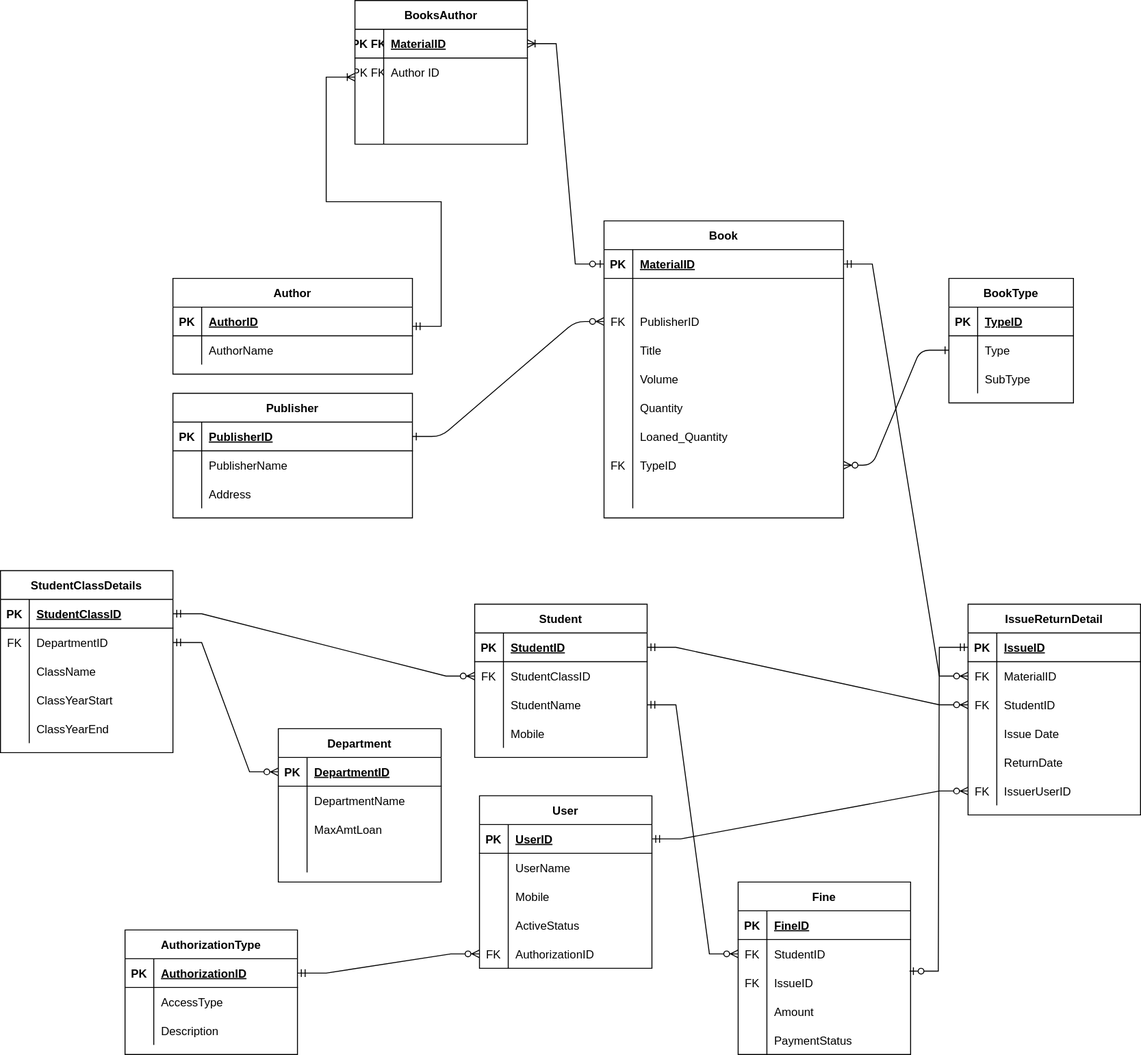
This is PostgreSQL/Library Management System.drawio.svg from Shubham0197/Training, a draw.io export, as it was before one commit. Source tidied: cells renumbered, new cells last; positions are measured from the earlier drawing's top-left corner, leaving out a move shared by most shapes.
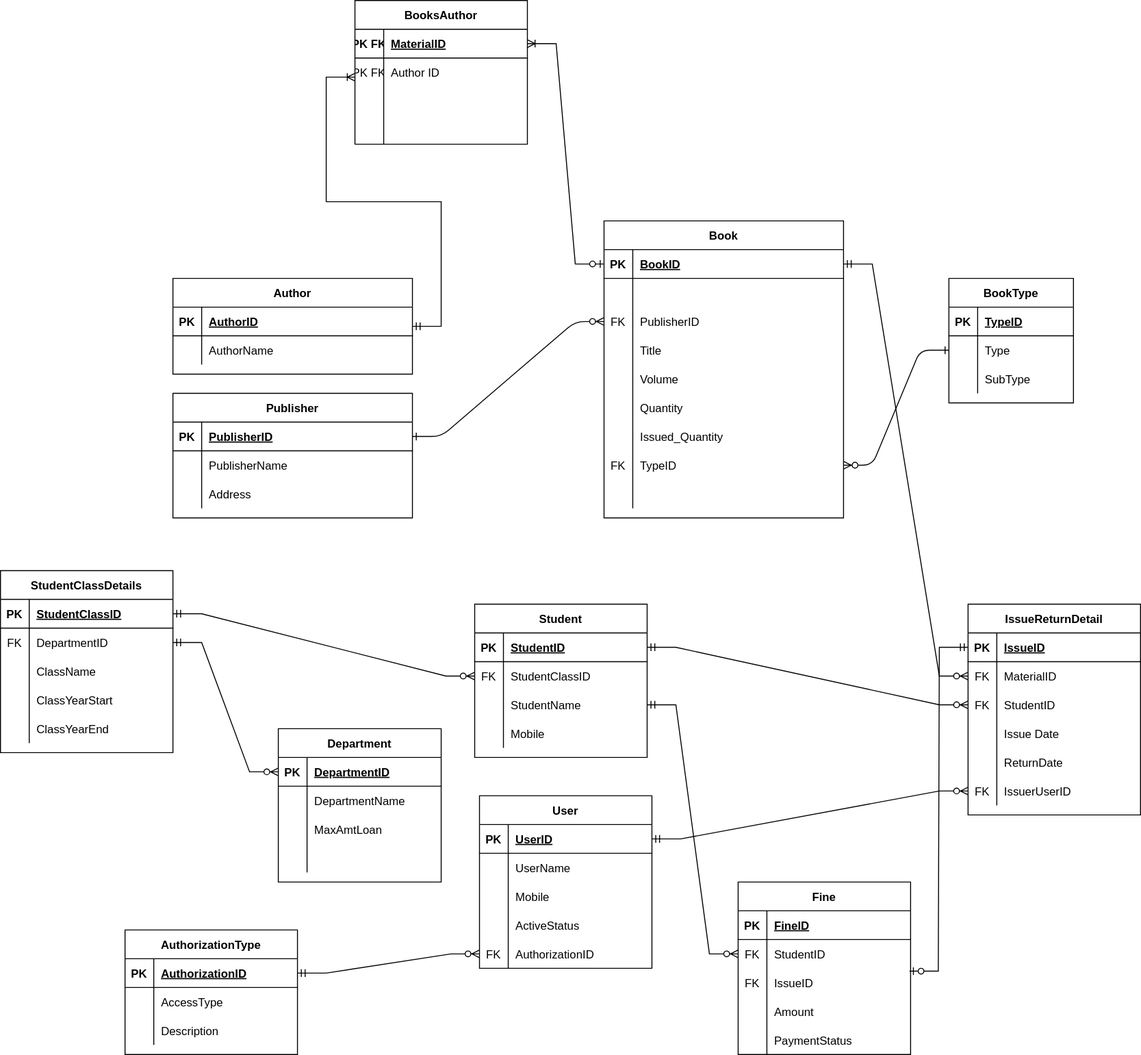
Later version of the same file.

Diff of the diagram source:
```diff
@@ -17,7 +17,7 @@
     <mxCell id="6" value="PK" style="shape=partialRectangle;overflow=hidden;fillColor=none;top=0;left=0;bottom=0;right=0;fontStyle=1;" parent="5" vertex="1">
       <mxGeometry width="30" height="30" as="geometry" />
     </mxCell>
-    <mxCell id="7" value="MaterialID" style="shape=partialRectangle;overflow=hidden;fillColor=none;top=0;left=0;bottom=0;right=0;align=left;spacingLeft=6;fontStyle=5;" parent="5" vertex="1">
+    <mxCell id="7" value="BookID" style="shape=partialRectangle;overflow=hidden;fillColor=none;top=0;left=0;bottom=0;right=0;align=left;spacingLeft=6;fontStyle=5;" parent="5" vertex="1">
       <mxGeometry x="30" width="220" height="30" as="geometry" />
     </mxCell>
     <mxCell id="8" style="shape=partialRectangle;fillColor=none;top=0;left=0;right=0;bottom=0;" parent="4" vertex="1">
@@ -71,7 +71,7 @@
     <mxCell id="24" style="shape=partialRectangle;overflow=hidden;fillColor=none;top=0;left=0;bottom=0;right=0;" parent="23" vertex="1">
       <mxGeometry width="30" height="30" as="geometry" />
     </mxCell>
-    <mxCell id="25" value="Loaned_Quantity" style="shape=partialRectangle;overflow=hidden;fillColor=none;top=0;left=0;bottom=0;right=0;align=left;spacingLeft=6;verticalAlign=middle;" parent="23" vertex="1">
+    <mxCell id="25" value="Issued_Quantity" style="shape=partialRectangle;overflow=hidden;fillColor=none;top=0;left=0;bottom=0;right=0;align=left;spacingLeft=6;verticalAlign=middle;" parent="23" vertex="1">
       <mxGeometry x="30" width="220" height="30" as="geometry" />
     </mxCell>
     <mxCell id="26" style="shape=partialRectangle;fillColor=none;points=[[0,0.5],[1,0.5]];portConstraint=eastwest;top=0;left=0;right=0;bottom=0;verticalAlign=middle;" parent="4" vertex="1">
```
